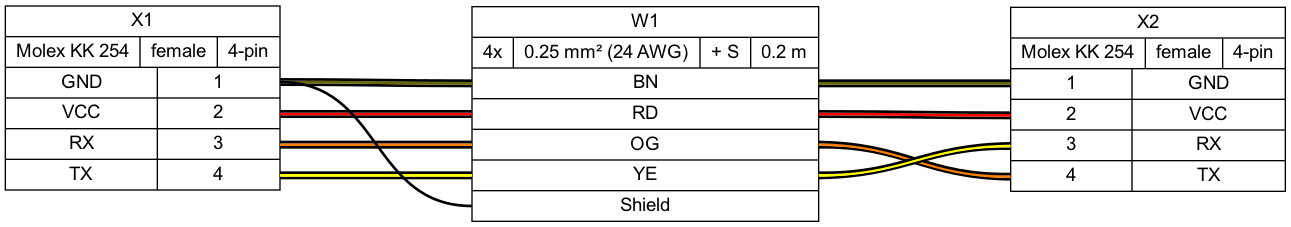
wireviz/WireViz keeps this Graphviz diagram as examples/ex01.png. Above is the earlier version. Its source is kept beside it as examples/ex01.gv. Its diagram source:
```dot
graph {
	graph [bgcolor=transparent fontname=arial nodesep=0.33 rankdir=LR ranksep=2]
	node [fillcolor=white fontname=arial shape=record style=filled]
	edge [fontname=arial style=bold]
	X1 [label="X1|{Molex KK 254|female|4-pin}|{{GND|VCC|RX|TX}|{<p1r>1|<p2r>2|<p3r>3|<p4r>4}}"]
	X2 [label="X2|{Molex KK 254|female|4-pin}|{{<p1l>1|<p2l>2|<p3l>3|<p4l>4}|{GND|VCC|RX|TX}}"]
	W1 [label="W1|{4x|0.25 mm² (24 AWG)|+ S|0.2 m}|{{<w1>BN|<w2>RD|<w3>OG|<w4>YE|<ws>Shield}}"]
	edge [color="#000000:#666600:#000000"]
	X1:p1r -- W1:w1
	W1:w1 -- X2:p1l
	edge [color="#000000:#ff0000:#000000"]
	X1:p2r -- W1:w2
	W1:w2 -- X2:p2l
	edge [color="#000000:#ff8000:#000000"]
	X1:p3r -- W1:w3
	W1:w3 -- X2:p4l
	edge [color="#000000:#ffff00:#000000"]
	X1:p4r -- W1:w4
	W1:w4 -- X2:p3l
	edge [color="#000000"]
	X1:p1r -- W1:ws
}
```
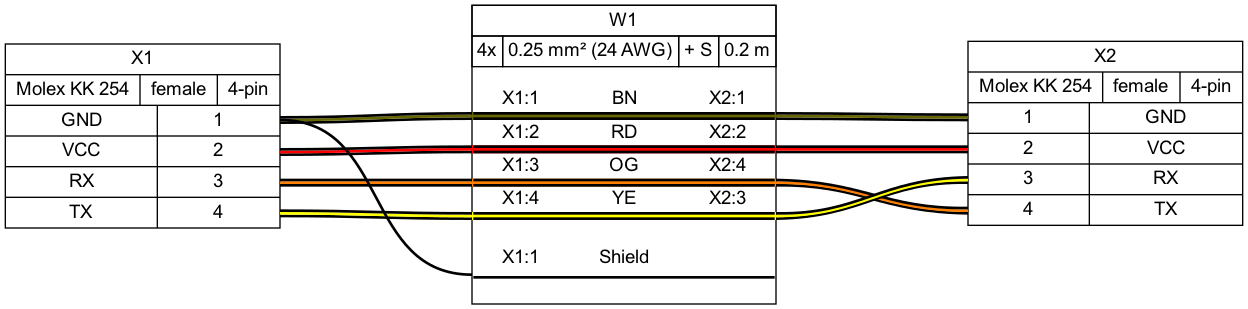
After the commit.

Diff of the diagram source:
```diff
@@ -1,22 +1,22 @@
 graph {
-	graph [bgcolor=transparent fontname=arial nodesep=0.33 rankdir=LR ranksep=2]
+	graph [bgcolor=white fontname=arial nodesep=0.33 rankdir=LR ranksep=2]
 	node [fillcolor=white fontname=arial shape=record style=filled]
 	edge [fontname=arial style=bold]
 	X1 [label="X1|{Molex KK 254|female|4-pin}|{{GND|VCC|RX|TX}|{<p1r>1|<p2r>2|<p3r>3|<p4r>4}}"]
 	X2 [label="X2|{Molex KK 254|female|4-pin}|{{<p1l>1|<p2l>2|<p3l>3|<p4l>4}|{GND|VCC|RX|TX}}"]
-	W1 [label="W1|{4x|0.25 mm² (24 AWG)|+ S|0.2 m}|{{<w1>BN|<w2>RD|<w3>OG|<w4>YE|<ws>Shield}}"]
 	edge [color="#000000:#666600:#000000"]
-	X1:p1r -- W1:w1
-	W1:w1 -- X2:p1l
+	X1:p1r:e -- W1:w1:w
+	W1:w1:e -- X2:p1l:w
 	edge [color="#000000:#ff0000:#000000"]
-	X1:p2r -- W1:w2
-	W1:w2 -- X2:p2l
+	X1:p2r:e -- W1:w2:w
+	W1:w2:e -- X2:p2l:w
 	edge [color="#000000:#ff8000:#000000"]
-	X1:p3r -- W1:w3
-	W1:w3 -- X2:p4l
+	X1:p3r:e -- W1:w3:w
+	W1:w3:e -- X2:p4l:w
 	edge [color="#000000:#ffff00:#000000"]
-	X1:p4r -- W1:w4
-	W1:w4 -- X2:p3l
+	X1:p4r:e -- W1:w4:w
+	W1:w4:e -- X2:p3l:w
 	edge [color="#000000"]
-	X1:p1r -- W1:ws
+	X1:p1r:e -- W1:ws:w
+	W1 [label=<<table border="0" cellspacing="0" cellpadding="0"><tr><td><table border="0" cellspacing="0" cellpadding="3" cellborder="1"><tr><td colspan="4">W1</td></tr><tr><td>4x</td><td>0.25 mm² (24 AWG)</td><td>+ S</td><td>0.2 m</td></tr></table></td></tr><tr><td>&nbsp;</td></tr><tr><td><table border="0" cellspacing="0" cellborder="0"><tr><td>X1:1</td><td>BN</td><td>X2:1</td></tr><tr><td colspan="3" cellpadding="0" height="6" bgcolor="#666600" border="2" sides="tb" port="w1"></td></tr><tr><td>X1:2</td><td>RD</td><td>X2:2</td></tr><tr><td colspan="3" cellpadding="0" height="6" bgcolor="#ff0000" border="2" sides="tb" port="w2"></td></tr><tr><td>X1:3</td><td>OG</td><td>X2:4</td></tr><tr><td colspan="3" cellpadding="0" height="6" bgcolor="#ff8000" border="2" sides="tb" port="w3"></td></tr><tr><td>X1:4</td><td>YE</td><td>X2:3</td></tr><tr><td colspan="3" cellpadding="0" height="6" bgcolor="#ffff00" border="2" sides="tb" port="w4"></td></tr><tr><td>&nbsp;</td></tr><tr><td>X1:1</td><td>Shield</td><td><!-- s_out --></td></tr><tr><td colspan="3" cellpadding="0" height="6" border="2" sides="b" port="ws"></td></tr><tr><td>&nbsp;</td></tr></table></td></tr></table>> fillcolor=white margin=0 shape=box style=""]
 }
```
